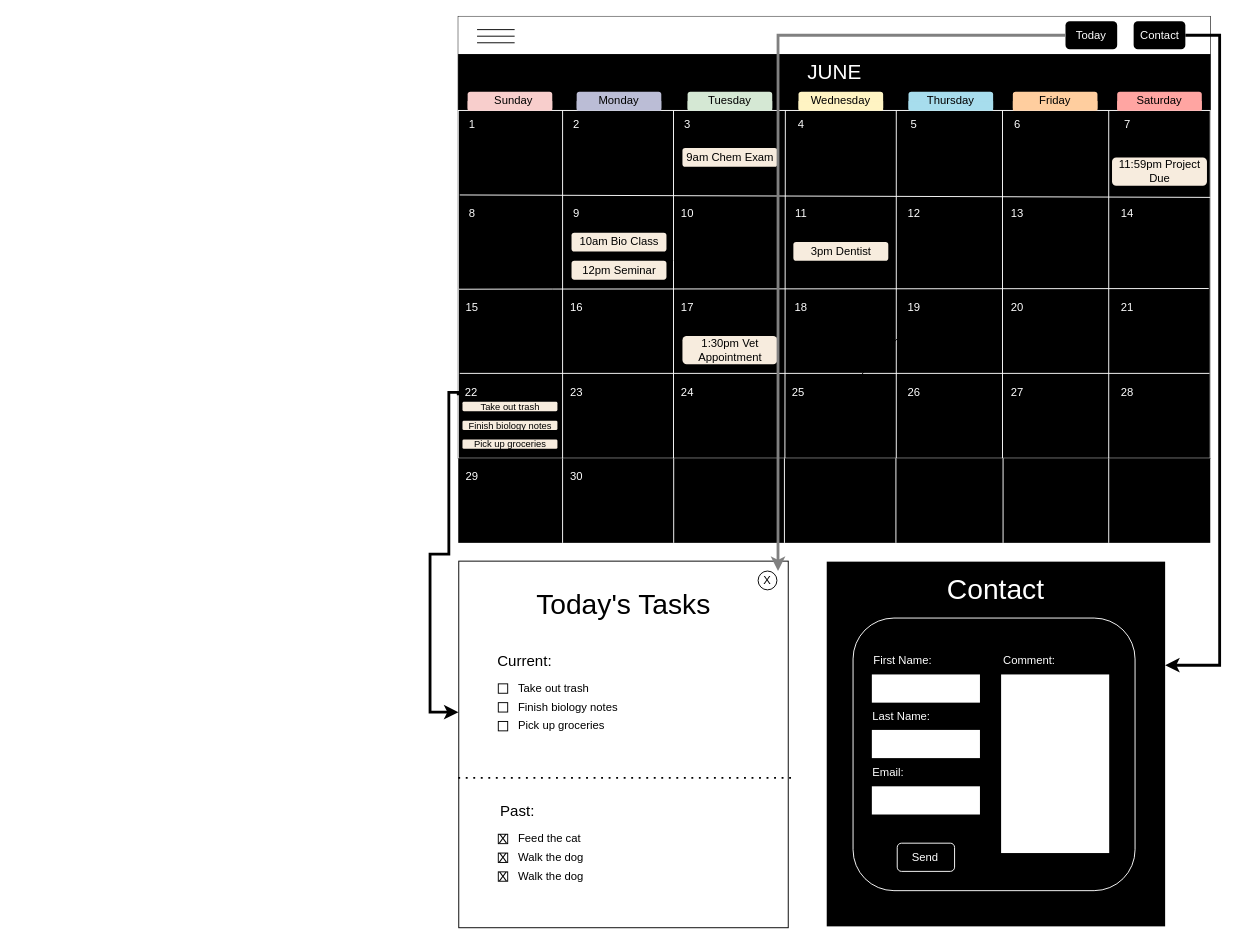
Before: Wireframes.drawio in anytko/task_management_app, a draw.io diagram. Source tidied: cells renumbered, new cells numbered last; positions are measured from the earlier drawing's top-left corner, leaving out a move shared by most shapes. Both pictures are drawn from the tidied source at 94%, with x=0, y=0 at pixel (430, 16).
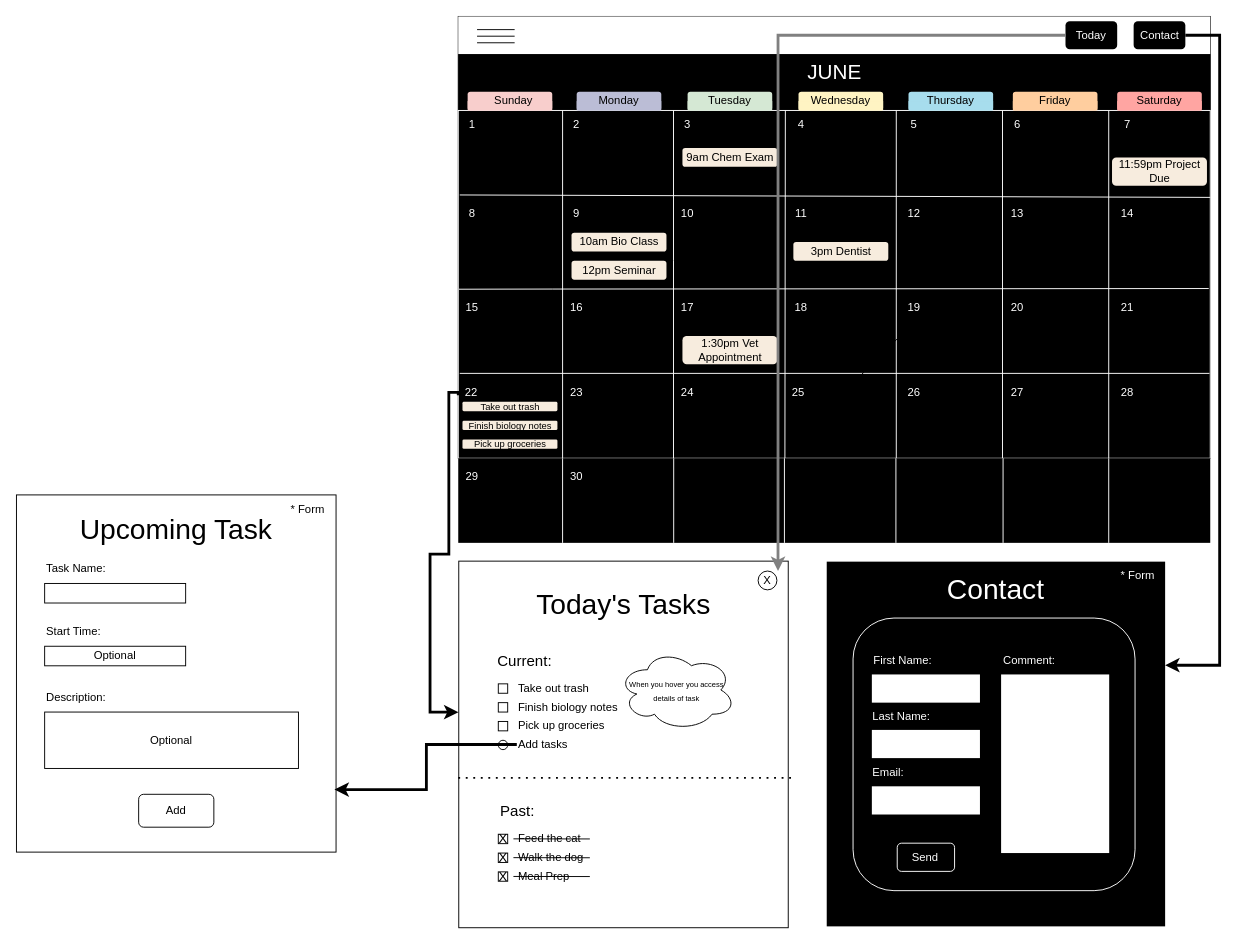
The same diagram, later.

Change to the diagram source:
```diff
@@
-    <mxCell id="101" value="Walk the dog" style="text;html=1;align=left;verticalAlign=middle;whiteSpace=wrap;rounded=0;" parent="1" vertex="1">
+    <mxCell id="101" value="Meal Prep" style="text;html=1;align=left;verticalAlign=middle;whiteSpace=wrap;rounded=0;" parent="1" vertex="1">
       <mxGeometry x="92.3" y="900" width="127.4" height="30" as="geometry" />
     </mxCell>
@@
+    <mxCell id="126" style="ellipse;whiteSpace=wrap;html=1;" parent="1" vertex="1">
+      <mxGeometry x="72.6" y="770" width="10" height="10" as="geometry" />
+    </mxCell>
+    <mxCell id="127" value="Add tasks" style="text;html=1;align=left;verticalAlign=middle;whiteSpace=wrap;rounded=0;" parent="1" vertex="1">
+      <mxGeometry x="92.3" y="759.5" width="127.4" height="30" as="geometry" />
+    </mxCell>
+    <mxCell id="128" style="rounded=0;whiteSpace=wrap;html=1;" parent="1" vertex="1">
+      <mxGeometry x="-440" y="509" width="340" height="380" as="geometry" />
+    </mxCell>
+    <mxCell id="129" value="&lt;font style=&quot;font-size: 30px;&quot;&gt;Upcoming Task&lt;/font&gt;" style="text;html=1;align=center;verticalAlign=middle;whiteSpace=wrap;rounded=0;" parent="1" vertex="1">
+      <mxGeometry x="-405" y="530" width="270" height="30" as="geometry" />
+    </mxCell>
+    <mxCell id="130" style="rounded=0;whiteSpace=wrap;html=1;" parent="1" vertex="1">
+      <mxGeometry x="-410" y="603.2" width="150" height="20.8" as="geometry" />
+    </mxCell>
+    <mxCell id="131" value="Task Name:" style="text;html=1;align=left;verticalAlign=middle;whiteSpace=wrap;rounded=0;" parent="1" vertex="1">
+      <mxGeometry x="-410" y="573.2" width="90" height="30" as="geometry" />
+    </mxCell>
+    <mxCell id="132" value="Description:" style="text;html=1;align=left;verticalAlign=middle;whiteSpace=wrap;rounded=0;" parent="1" vertex="1">
+      <mxGeometry x="-410" y="710" width="90" height="30" as="geometry" />
+    </mxCell>
+    <mxCell id="133" value="Start Time:" style="text;html=1;align=left;verticalAlign=middle;whiteSpace=wrap;rounded=0;" parent="1" vertex="1">
+      <mxGeometry x="-410" y="640" width="90" height="30" as="geometry" />
+    </mxCell>
+    <mxCell id="134" value="Optional" style="rounded=0;whiteSpace=wrap;html=1;" parent="1" vertex="1">
+      <mxGeometry x="-410" y="670" width="150" height="20.8" as="geometry" />
+    </mxCell>
+    <mxCell id="135" value="Optional" style="rounded=0;whiteSpace=wrap;html=1;" parent="1" vertex="1">
+      <mxGeometry x="-410" y="740" width="270" height="60" as="geometry" />
+    </mxCell>
+    <mxCell id="136" style="rounded=1;whiteSpace=wrap;html=1;" parent="1" vertex="1">
+      <mxGeometry x="-310" y="827.5" width="80" height="35" as="geometry" />
+    </mxCell>
+    <mxCell id="137" value="Add" style="text;html=1;align=center;verticalAlign=middle;whiteSpace=wrap;rounded=0;" parent="1" vertex="1">
+      <mxGeometry x="-300" y="830" width="60" height="30" as="geometry" />
+    </mxCell>
+    <mxCell id="138" value="&lt;font style=&quot;font-size: 8px;&quot;&gt;When you hover you access details of task&lt;/font&gt;" style="ellipse;shape=cloud;whiteSpace=wrap;html=1;" parent="1" vertex="1">
+      <mxGeometry x="200" y="673.5" width="125" height="86" as="geometry" />
+    </mxCell>
+    <mxCell id="139" style="edgeStyle=orthogonalEdgeStyle;rounded=0;jettySize=auto;html=1;exitX=0;exitY=0.5;exitDx=0;exitDy=0;entryX=0.995;entryY=0.825;entryDx=0;entryDy=0;entryPerimeter=0;strokeWidth=3;" parent="1" edge="1" source="127" target="128">
+      <mxGeometry relative="1" as="geometry" />
+    </mxCell>
+    <mxCell id="140" style="endArrow=none;html=1;rounded=0;" parent="1" edge="1">
+      <mxGeometry relative="1" as="geometry">
+        <mxPoint x="88.7" y="874.9" as="sourcePoint" />
+        <mxPoint x="170" y="875" as="targetPoint" />
+      </mxGeometry>
+    </mxCell>
+    <mxCell id="141" style="endArrow=none;html=1;rounded=0;" parent="1" edge="1">
+      <mxGeometry relative="1" as="geometry">
+        <mxPoint x="88.7" y="894.9" as="sourcePoint" />
+        <mxPoint x="170" y="895" as="targetPoint" />
+      </mxGeometry>
+    </mxCell>
+    <mxCell id="142" style="endArrow=none;html=1;rounded=0;" parent="1" edge="1">
+      <mxGeometry relative="1" as="geometry">
+        <mxPoint x="88.7" y="914.9" as="sourcePoint" />
+        <mxPoint x="170" y="915" as="targetPoint" />
+      </mxGeometry>
+    </mxCell>
+    <mxCell id="143" value="* Form" style="text;html=1;align=center;verticalAlign=middle;whiteSpace=wrap;rounded=0;" parent="1" vertex="1">
+      <mxGeometry x="-160" y="510" width="60" height="30" as="geometry" />
+    </mxCell>
+    <mxCell id="144" value="&lt;font color=&quot;#ffffff&quot;&gt;* Form&lt;/font&gt;" style="text;html=1;align=center;verticalAlign=middle;whiteSpace=wrap;rounded=0;" parent="1" vertex="1">
+      <mxGeometry x="722.5" y="580" width="60" height="30" as="geometry" />
+    </mxCell>
```
